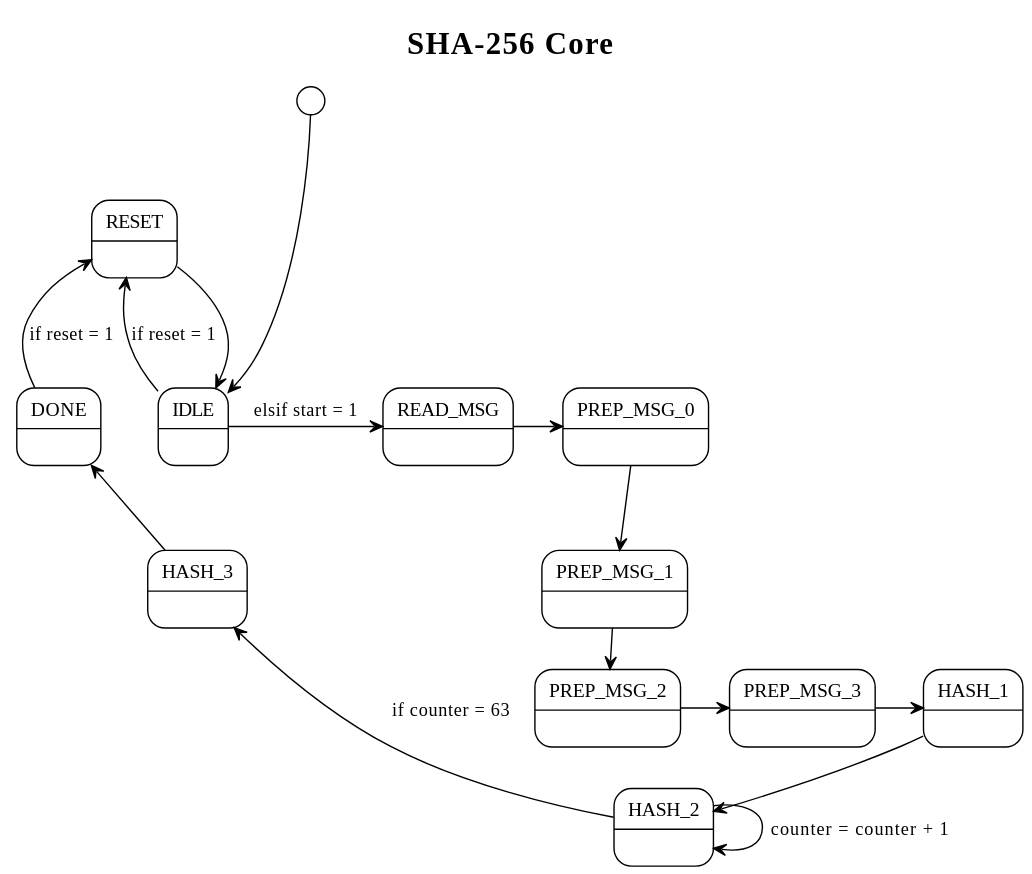
The PlantUML diagram figures/prototype/state_diagrams/sha256_core/sha256_core_state_diagram.svg in Niclasapdk/ESD3_project, before a commit. Source of this version:
```plantuml
@startuml
!theme plain

skin rose

title SHA-256 Core
IDLE:
[*] ---> IDLE
READ_MSG:
PREP_MSG_0:
IDLE -> READ_MSG: elsif start = 1
READ_MSG -> PREP_MSG_0
PREP_MSG_1:
PREP_MSG_0 --> PREP_MSG_1
PREP_MSG_2:
PREP_MSG_1 -> PREP_MSG_2
PREP_MSG_3:
PREP_MSG_2 -> PREP_MSG_3
HASH_1:
PREP_MSG_3 -> HASH_1
HASH_2:
HASH_1 -> HASH_2
HASH_3:
HASH_2 --> HASH_2: counter = counter + 1
HASH_2 -u-> HASH_3 : if counter = 63
DONE:
HASH_3 -u-> DONE
RESET:
DONE -u-> RESET: if reset = 1
RESET --> IDLE
RESET <- IDLE: if reset = 1
@enduml
```
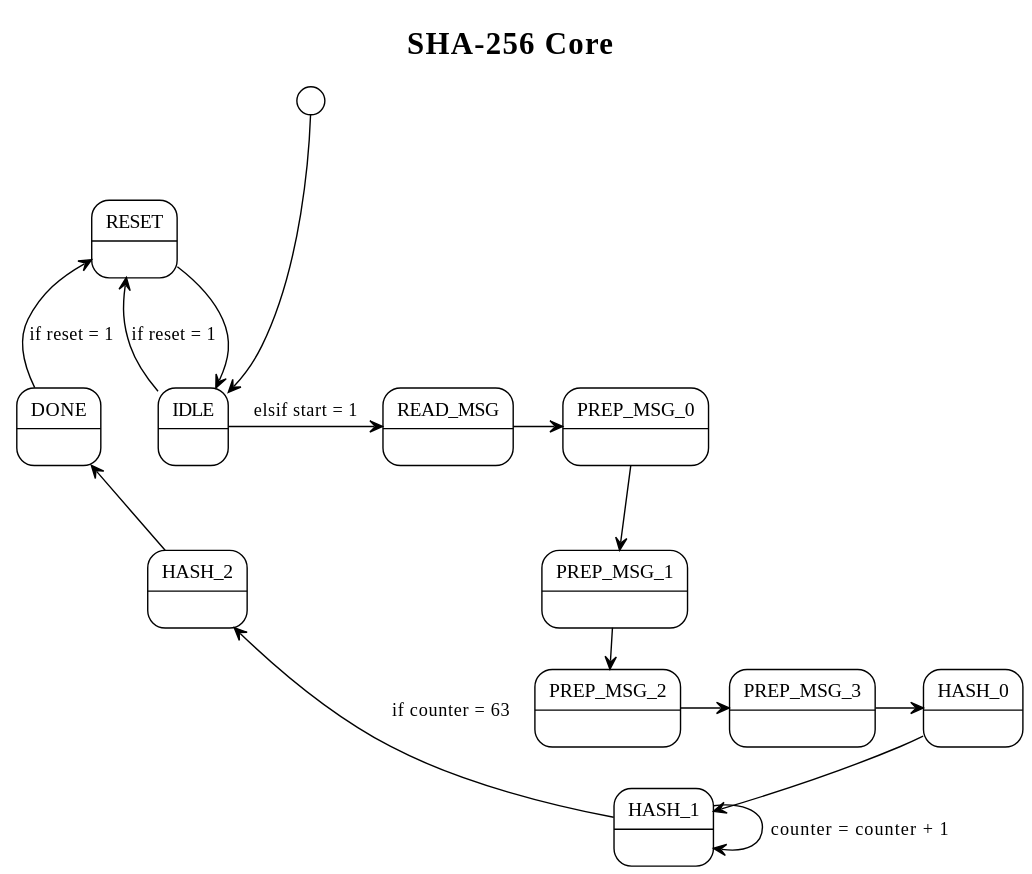
After the change.

The edit, as a diff of the source:
```diff
@@ -16,15 +16,15 @@
 PREP_MSG_1 -> PREP_MSG_2
 PREP_MSG_3:
 PREP_MSG_2 -> PREP_MSG_3
+HASH_0:
+PREP_MSG_3 -> HASH_0
 HASH_1:
-PREP_MSG_3 -> HASH_1
+HASH_0 -> HASH_1
 HASH_2:
-HASH_1 -> HASH_2
-HASH_3:
-HASH_2 --> HASH_2: counter = counter + 1
-HASH_2 -u-> HASH_3 : if counter = 63
+HASH_1 --> HASH_1: counter = counter + 1
+HASH_1 -u-> HASH_2 : if counter = 63
 DONE:
-HASH_3 -u-> DONE
+HASH_2 -u-> DONE
 RESET:
 DONE -u-> RESET: if reset = 1
 RESET --> IDLE
```
